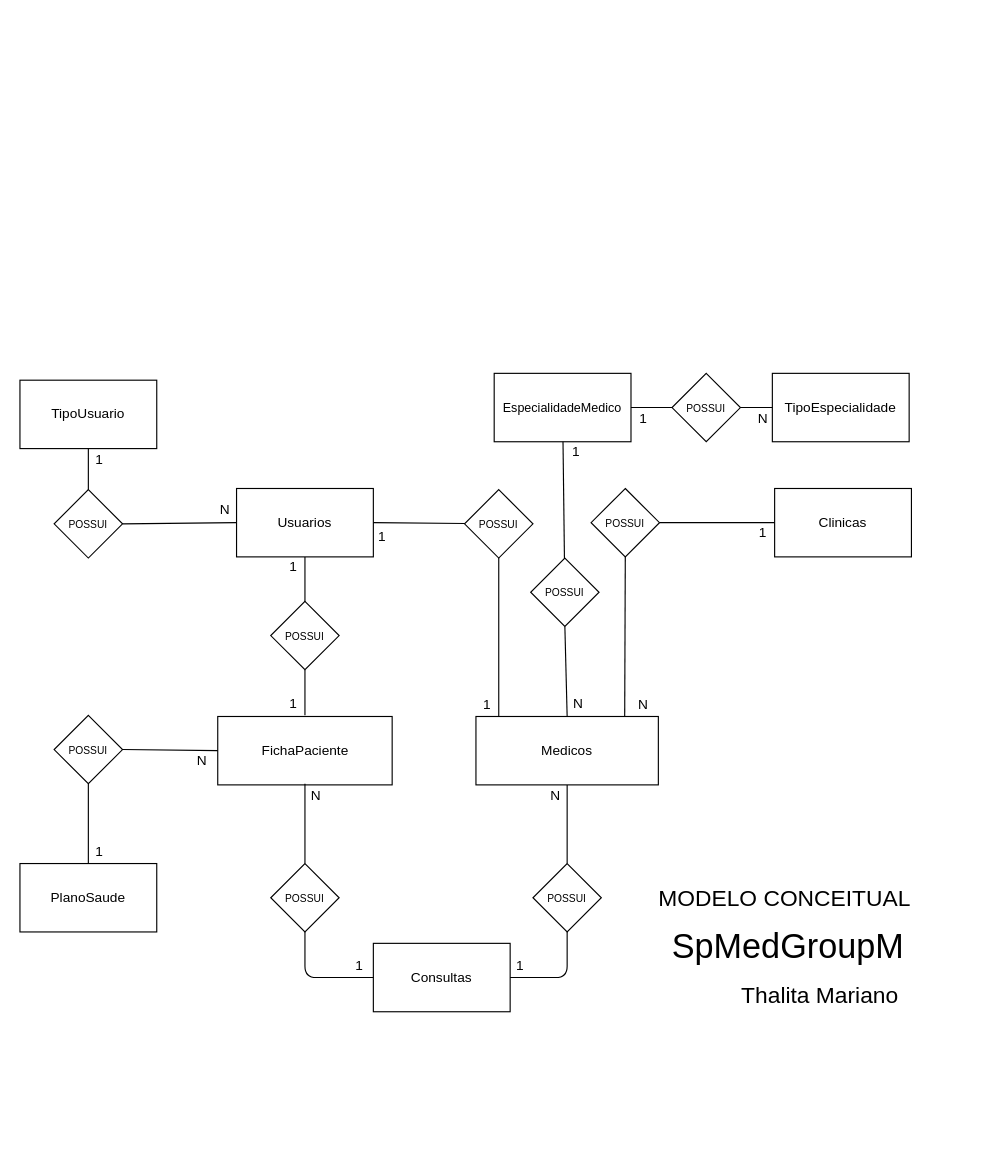
marianohtl/Senai_SpMedGroup_Sprint1_bd_Manha_ThalitaMariano keeps this draw.io diagram as page "Conceitual" (1 of 2) of ModelagemConceitual/ModeloConceitual&LogicoSpMedGroup.drawio. Above is the earlier version. Source tidied: cells renumbered, new cells numbered last; positions are measured from the earlier drawing's top-left corner, leaving out a move shared by most shapes. Both pictures are drawn from the tidied source at 114%, with x=0, y=0 at pixel (19, 373).
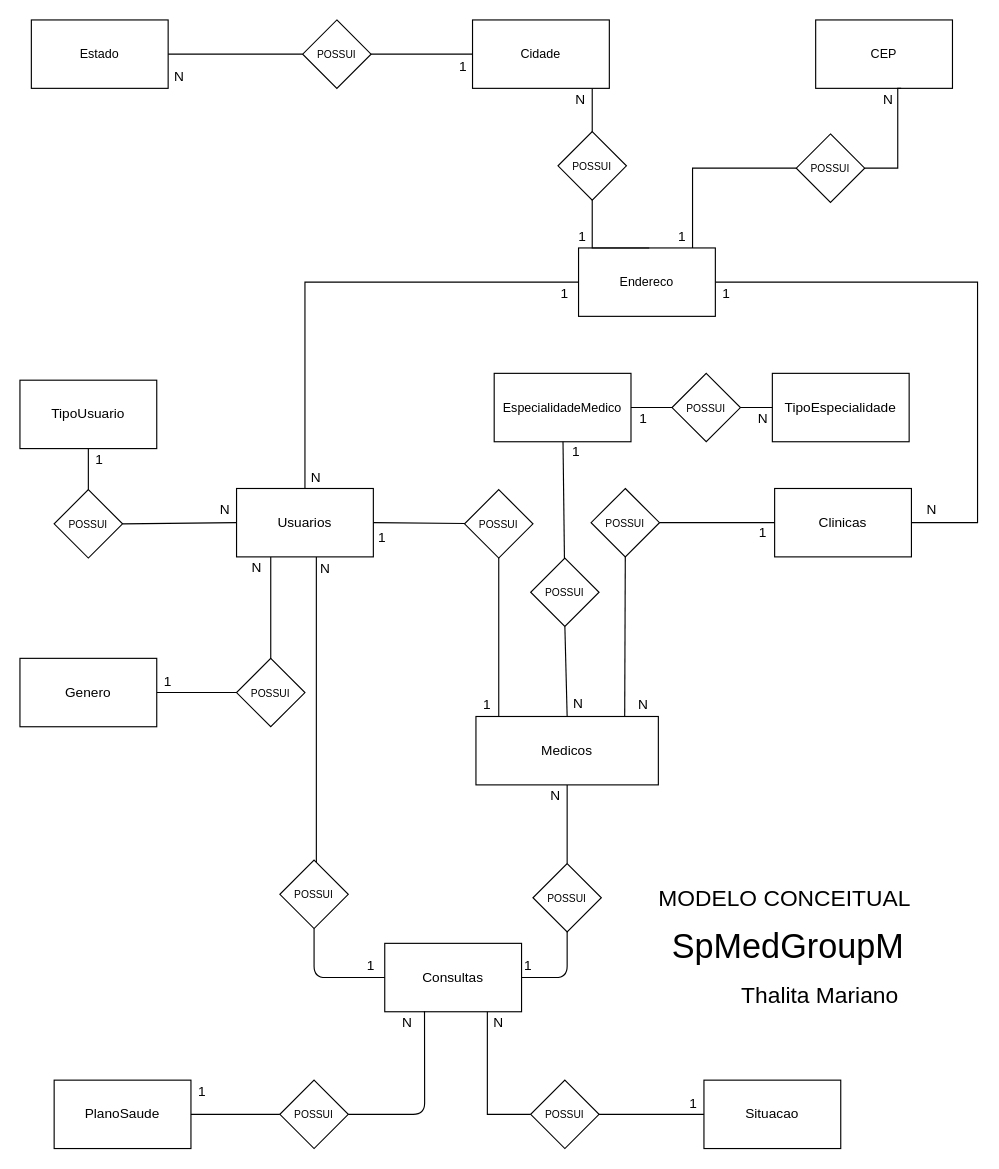
After the change.

Unchanged cells that the change refers to:
```xml
<mxCell id="6" value="Clinicas" style="rounded=0;whiteSpace=wrap;html=1;" parent="1" vertex="1">
  <mxGeometry x="662" y="101" width="120" height="60" as="geometry" />
</mxCell>
<mxCell id="9" value="Usuarios" style="rounded=0;whiteSpace=wrap;html=1;" parent="1" vertex="1">
  <mxGeometry x="190" y="101" width="120" height="60" as="geometry" />
</mxCell>
```

What changed in the source:
```diff
@@
-    <mxCell id="2" style="endArrow=none;html=1;entryX=0.5;entryY=1;entryDx=0;entryDy=0;exitX=0.5;exitY=0;exitDx=0;exitDy=0;" parent="1" edge="1" target="9">
-      <mxGeometry relative="1" as="geometry">
-        <mxPoint x="250" y="206.5" as="sourcePoint" />
-      </mxGeometry>
-    </mxCell>
@@
-    <mxCell id="8" value="FichaPaciente" style="rounded=0;whiteSpace=wrap;html=1;" parent="1" vertex="1">
-      <mxGeometry x="173.5" y="301" width="153" height="60" as="geometry" />
-    </mxCell>
+    <mxCell id="59" style="edgeStyle=orthogonalEdgeStyle;rounded=0;jettySize=auto;html=1;endArrow=none;endFill=0;" parent="1" edge="1" source="9" target="38">
+      <mxGeometry relative="1" as="geometry">
+        <Array as="points">
+          <mxPoint x="260" y="380" />
+          <mxPoint x="260" y="380" />
+        </Array>
+      </mxGeometry>
+    </mxCell>
@@
     <mxCell id="10" value="Consultas" style="rounded=0;whiteSpace=wrap;html=1;" parent="1" vertex="1">
-      <mxGeometry x="310" y="500" width="120" height="60" as="geometry" />
+      <mxGeometry x="320" y="500" width="120" height="60" as="geometry" />
     </mxCell>
@@
-    <mxCell id="28" value="1" style="text;html=1;strokeColor=none;fillColor=none;align=center;verticalAlign=middle;whiteSpace=wrap;rounded=0;" parent="1" vertex="1">
-      <mxGeometry x="220" y="160" width="40" height="20" as="geometry" />
-    </mxCell>
-    <mxCell id="29" value="&lt;font style=&quot;font-size: 9px&quot;&gt;POSSUI&lt;/font&gt;" style="rhombus;whiteSpace=wrap;html=1;" parent="1" vertex="1">
-      <mxGeometry x="220" y="200" width="60" height="60" as="geometry" />
-    </mxCell>
-    <mxCell id="30" value="1" style="text;html=1;strokeColor=none;fillColor=none;align=center;verticalAlign=middle;whiteSpace=wrap;rounded=0;" parent="1" vertex="1">
-      <mxGeometry x="220" y="280" width="40" height="20" as="geometry" />
-    </mxCell>
-    <mxCell id="31" style="endArrow=none;html=1;entryX=0.5;entryY=1;entryDx=0;entryDy=0;" parent="1" edge="1" target="29">
-      <mxGeometry relative="1" as="geometry">
-        <mxPoint x="250" y="300" as="sourcePoint" />
-      </mxGeometry>
-    </mxCell>
@@
     <mxCell id="38" value="&lt;font style=&quot;font-size: 9px&quot;&gt;POSSUI&lt;/font&gt;" style="rhombus;whiteSpace=wrap;html=1;" parent="1" vertex="1">
-      <mxGeometry x="220" y="430" width="60" height="60" as="geometry" />
+      <mxGeometry x="228" y="427" width="60" height="60" as="geometry" />
     </mxCell>
-    <mxCell id="39" style="endArrow=none;html=1;exitX=0.5;exitY=0;exitDx=0;exitDy=0;" parent="1" edge="1" source="38">
-      <mxGeometry relative="1" as="geometry">
-        <mxPoint x="250" y="360" as="targetPoint" />
-      </mxGeometry>
-    </mxCell>
@@
     <mxCell id="42" value="1" style="text;html=1;strokeColor=none;fillColor=none;align=center;verticalAlign=middle;whiteSpace=wrap;rounded=0;" parent="1" vertex="1">
-      <mxGeometry x="278" y="510" width="40" height="20" as="geometry" />
+      <mxGeometry x="288" y="510" width="40" height="20" as="geometry" />
     </mxCell>
     <mxCell id="43" value="N" style="text;html=1;strokeColor=none;fillColor=none;align=center;verticalAlign=middle;whiteSpace=wrap;rounded=0;" parent="1" vertex="1">
-      <mxGeometry x="240" y="361" width="40" height="20" as="geometry" />
+      <mxGeometry x="248" y="162" width="40" height="20" as="geometry" />
     </mxCell>
@@
     <mxCell id="45" value="1" style="text;html=1;strokeColor=none;fillColor=none;align=center;verticalAlign=middle;whiteSpace=wrap;rounded=0;" parent="1" vertex="1">
-      <mxGeometry x="419" y="510" width="40" height="20" as="geometry" />
+      <mxGeometry x="426" y="510" width="40" height="20" as="geometry" />
     </mxCell>
     <mxCell id="46" style="endArrow=none;html=1;entryX=0.5;entryY=1;entryDx=0;entryDy=0;exitX=0;exitY=0.5;exitDx=0;exitDy=0;" parent="1" edge="1" source="10" target="38">
       <mxGeometry relative="1" as="geometry">
         <Array as="points">
-          <mxPoint x="250" y="530" />
+          <mxPoint x="258" y="530" />
         </Array>
       </mxGeometry>
     </mxCell>
@@
     <mxCell id="48" value="N" style="text;html=1;strokeColor=none;fillColor=none;align=center;verticalAlign=middle;whiteSpace=wrap;rounded=0;" parent="1" vertex="1">
-      <mxGeometry x="140" y="330" width="40" height="20" as="geometry" />
+      <mxGeometry x="320" y="560" width="40" height="20" as="geometry" />
     </mxCell>
     <mxCell id="49" value="PlanoSaude" style="rounded=0;whiteSpace=wrap;html=1;" parent="1" vertex="1">
-      <mxGeometry y="430" width="120" height="60" as="geometry" />
+      <mxGeometry x="30" y="620" width="120" height="60" as="geometry" />
     </mxCell>
     <mxCell id="50" value="1" style="text;html=1;strokeColor=none;fillColor=none;align=center;verticalAlign=middle;whiteSpace=wrap;rounded=0;" parent="1" vertex="1">
-      <mxGeometry x="50" y="410" width="40" height="20" as="geometry" />
+      <mxGeometry x="140" y="620" width="40" height="20" as="geometry" />
     </mxCell>
     <mxCell id="51" value="&lt;font style=&quot;font-size: 9px&quot;&gt;POSSUI&lt;/font&gt;" style="rhombus;whiteSpace=wrap;html=1;" parent="1" vertex="1">
-      <mxGeometry x="30" y="300" width="60" height="60" as="geometry" />
+      <mxGeometry x="228" y="620" width="60" height="60" as="geometry" />
     </mxCell>
-    <mxCell id="52" style="endArrow=none;html=1;exitX=1;exitY=0.5;exitDx=0;exitDy=0;entryX=0;entryY=0.5;entryDx=0;entryDy=0;" parent="1" edge="1" source="51" target="8">
-      <mxGeometry relative="1" as="geometry" />
+    <mxCell id="52" style="endArrow=none;html=1;exitX=1;exitY=0.5;exitDx=0;exitDy=0;entryX=0.872;entryY=-0.026;entryDx=0;entryDy=0;entryPerimeter=0;" parent="1" edge="1" source="51" target="48">
+      <mxGeometry relative="1" as="geometry">
+        <Array as="points">
+          <mxPoint x="355" y="650" />
+        </Array>
+      </mxGeometry>
     </mxCell>
-    <mxCell id="53" style="endArrow=none;html=1;exitX=0.5;exitY=1;exitDx=0;exitDy=0;entryX=0.5;entryY=0;entryDx=0;entryDy=0;" parent="1" edge="1" source="51" target="49">
-      <mxGeometry relative="1" as="geometry" />
-    </mxCell>
@@
+    <mxCell id="53" style="endArrow=none;html=1;exitX=0;exitY=0.5;exitDx=0;exitDy=0;" parent="1" edge="1" source="51" target="49">
+      <mxGeometry relative="1" as="geometry" />
+    </mxCell>
+    <mxCell id="60" style="edgeStyle=orthogonalEdgeStyle;rounded=0;jettySize=auto;html=1;entryX=0.5;entryY=0;entryDx=0;entryDy=0;endArrow=none;endFill=0;" parent="1" edge="1" source="62" target="9">
+      <mxGeometry relative="1" as="geometry" />
+    </mxCell>
+    <mxCell id="61" style="edgeStyle=orthogonalEdgeStyle;rounded=0;jettySize=auto;html=1;entryX=1;entryY=0.5;entryDx=0;entryDy=0;endArrow=none;endFill=0;" parent="1" edge="1" source="62" target="6">
+      <mxGeometry relative="1" as="geometry">
+        <Array as="points">
+          <mxPoint x="840" y="-80" />
+          <mxPoint x="840" y="131" />
+        </Array>
+      </mxGeometry>
+    </mxCell>
+    <mxCell id="62" value="&lt;font style=&quot;font-size: 11px&quot;&gt;Endereco&lt;/font&gt;" style="rounded=0;whiteSpace=wrap;html=1;" parent="1" vertex="1">
+      <mxGeometry x="490" y="-110" width="120" height="60" as="geometry" />
+    </mxCell>
+    <mxCell id="63" value="N" style="text;html=1;strokeColor=none;fillColor=none;align=center;verticalAlign=middle;whiteSpace=wrap;rounded=0;" parent="1" vertex="1">
+      <mxGeometry x="240" y="82" width="40" height="20" as="geometry" />
+    </mxCell>
+    <mxCell id="64" value="1" style="text;html=1;strokeColor=none;fillColor=none;align=center;verticalAlign=middle;whiteSpace=wrap;rounded=0;" parent="1" vertex="1">
+      <mxGeometry x="458" y="-80" width="40" height="20" as="geometry" />
+    </mxCell>
+    <mxCell id="65" value="1" style="text;html=1;strokeColor=none;fillColor=none;align=center;verticalAlign=middle;whiteSpace=wrap;rounded=0;" parent="1" vertex="1">
+      <mxGeometry x="600" y="-80" width="40" height="20" as="geometry" />
+    </mxCell>
+    <mxCell id="66" value="N" style="text;html=1;strokeColor=none;fillColor=none;align=center;verticalAlign=middle;whiteSpace=wrap;rounded=0;" parent="1" vertex="1">
+      <mxGeometry x="780" y="110" width="40" height="20" as="geometry" />
+    </mxCell>
+    <mxCell id="67" style="edgeStyle=orthogonalEdgeStyle;rounded=0;jettySize=auto;html=1;entryX=0;entryY=0.5;entryDx=0;entryDy=0;endArrow=none;endFill=0;" parent="1" edge="1" source="85" target="70">
+      <mxGeometry relative="1" as="geometry" />
+    </mxCell>
+    <mxCell id="68" value="&lt;span style=&quot;font-size: 11px&quot;&gt;Estado&lt;br&gt;&lt;/span&gt;" style="rounded=0;whiteSpace=wrap;html=1;" parent="1" vertex="1">
+      <mxGeometry x="10" y="-310" width="120" height="60" as="geometry" />
+    </mxCell>
+    <mxCell id="69" style="edgeStyle=orthogonalEdgeStyle;rounded=0;orthogonalLoop=1;jettySize=auto;html=1;entryX=0.5;entryY=0;entryDx=0;entryDy=0;endArrow=none;endFill=0;" parent="1" edge="1">
+      <mxGeometry relative="1" as="geometry">
+        <mxPoint x="502" y="-250" as="sourcePoint" />
+        <mxPoint x="552" y="-110" as="targetPoint" />
+        <Array as="points">
+          <mxPoint x="502" y="-110" />
+        </Array>
+      </mxGeometry>
+    </mxCell>
+    <mxCell id="70" value="&lt;span style=&quot;font-size: 11px&quot;&gt;Cidade&lt;br&gt;&lt;/span&gt;" style="rounded=0;whiteSpace=wrap;html=1;" parent="1" vertex="1">
+      <mxGeometry x="397" y="-310" width="120" height="60" as="geometry" />
+    </mxCell>
+    <mxCell id="71" value="&lt;span style=&quot;font-size: 11px&quot;&gt;CEP&lt;br&gt;&lt;/span&gt;" style="rounded=0;whiteSpace=wrap;html=1;" parent="1" vertex="1">
+      <mxGeometry x="698" y="-310" width="120" height="60" as="geometry" />
+    </mxCell>
+    <mxCell id="72" value="N" style="text;html=1;strokeColor=none;fillColor=none;align=center;verticalAlign=middle;whiteSpace=wrap;rounded=0;" parent="1" vertex="1">
+      <mxGeometry x="120" y="-270" width="40" height="20" as="geometry" />
+    </mxCell>
+    <mxCell id="73" value="1" style="text;html=1;strokeColor=none;fillColor=none;align=center;verticalAlign=middle;whiteSpace=wrap;rounded=0;" parent="1" vertex="1">
+      <mxGeometry x="369" y="-279" width="40" height="20" as="geometry" />
+    </mxCell>
+    <mxCell id="74" style="edgeStyle=orthogonalEdgeStyle;rounded=0;jettySize=auto;html=1;exitX=1;exitY=0;exitDx=0;exitDy=0;entryX=1;entryY=0.5;entryDx=0;entryDy=0;endArrow=none;endFill=0;" parent="1" edge="1" source="83" target="80">
+      <mxGeometry relative="1" as="geometry">
+        <Array as="points">
+          <mxPoint x="770" y="-250" />
+          <mxPoint x="770" y="-180" />
+        </Array>
+      </mxGeometry>
+    </mxCell>
+    <mxCell id="75" value="N" style="text;html=1;strokeColor=none;fillColor=none;align=center;verticalAlign=middle;whiteSpace=wrap;rounded=0;" parent="1" vertex="1">
+      <mxGeometry x="472" y="-250" width="40" height="20" as="geometry" />
+    </mxCell>
+    <mxCell id="76" style="edgeStyle=orthogonalEdgeStyle;rounded=0;jettySize=auto;html=1;endArrow=none;endFill=0;" parent="1" edge="1" source="77" target="9">
+      <mxGeometry relative="1" as="geometry">
+        <Array as="points">
+          <mxPoint x="220" y="280" />
+        </Array>
+      </mxGeometry>
+    </mxCell>
+    <mxCell id="77" value="Genero" style="rounded=0;whiteSpace=wrap;html=1;" parent="1" vertex="1">
+      <mxGeometry y="250" width="120" height="60" as="geometry" />
+    </mxCell>
+    <mxCell id="78" value="1" style="text;html=1;strokeColor=none;fillColor=none;align=center;verticalAlign=middle;whiteSpace=wrap;rounded=0;" parent="1" vertex="1">
+      <mxGeometry x="110" y="261" width="40" height="20" as="geometry" />
+    </mxCell>
+    <mxCell id="79" value="N" style="text;html=1;strokeColor=none;fillColor=none;align=center;verticalAlign=middle;whiteSpace=wrap;rounded=0;" parent="1" vertex="1">
+      <mxGeometry x="188" y="161" width="40" height="20" as="geometry" />
+    </mxCell>
+    <mxCell id="80" value="&lt;font style=&quot;font-size: 9px&quot;&gt;POSSUI&lt;/font&gt;" style="rhombus;whiteSpace=wrap;html=1;" parent="1" vertex="1">
+      <mxGeometry x="681" y="-210" width="60" height="60" as="geometry" />
+    </mxCell>
+    <mxCell id="81" value="1" style="text;html=1;strokeColor=none;fillColor=none;align=center;verticalAlign=middle;whiteSpace=wrap;rounded=0;" parent="1" vertex="1">
+      <mxGeometry x="561" y="-130" width="40" height="20" as="geometry" />
+    </mxCell>
+    <mxCell id="82" style="edgeStyle=orthogonalEdgeStyle;rounded=0;jettySize=auto;html=1;endArrow=none;endFill=0;" parent="1" edge="1" source="80" target="62">
+      <mxGeometry relative="1" as="geometry">
+        <Array as="points">
+          <mxPoint x="590" y="-180" />
+        </Array>
+      </mxGeometry>
+    </mxCell>
+    <mxCell id="83" value="N" style="text;html=1;strokeColor=none;fillColor=none;align=center;verticalAlign=middle;whiteSpace=wrap;rounded=0;" parent="1" vertex="1">
+      <mxGeometry x="751" y="-250" width="22" height="20" as="geometry" />
+    </mxCell>
+    <mxCell id="84" value="&lt;font style=&quot;font-size: 9px&quot;&gt;POSSUI&lt;/font&gt;" style="rhombus;whiteSpace=wrap;html=1;" parent="1" vertex="1">
+      <mxGeometry x="472" y="-212" width="60" height="60" as="geometry" />
+    </mxCell>
+    <mxCell id="85" value="&lt;font style=&quot;font-size: 9px&quot;&gt;POSSUI&lt;/font&gt;" style="rhombus;whiteSpace=wrap;html=1;" parent="1" vertex="1">
+      <mxGeometry x="248" y="-310" width="60" height="60" as="geometry" />
+    </mxCell>
+    <mxCell id="86" style="edgeStyle=orthogonalEdgeStyle;rounded=0;jettySize=auto;html=1;entryX=0;entryY=0.5;entryDx=0;entryDy=0;endArrow=none;endFill=0;" parent="1" edge="1" source="68" target="85">
+      <mxGeometry relative="1" as="geometry" />
+    </mxCell>
+    <mxCell id="87" value="&lt;font style=&quot;font-size: 9px&quot;&gt;POSSUI&lt;/font&gt;" style="rhombus;whiteSpace=wrap;html=1;" parent="1" vertex="1">
+      <mxGeometry x="190" y="250" width="60" height="60" as="geometry" />
+    </mxCell>
+    <mxCell id="88" style="edgeStyle=orthogonalEdgeStyle;rounded=0;jettySize=auto;html=1;endArrow=none;endFill=0;" parent="1" edge="1" source="89" target="92">
+      <mxGeometry relative="1" as="geometry" />
+    </mxCell>
+    <mxCell id="89" value="Situacao" style="rounded=0;whiteSpace=wrap;html=1;" parent="1" vertex="1">
+      <mxGeometry x="600" y="620" width="120" height="60" as="geometry" />
+    </mxCell>
+    <mxCell id="90" value="N" style="text;html=1;strokeColor=none;fillColor=none;align=center;verticalAlign=middle;whiteSpace=wrap;rounded=0;" parent="1" vertex="1">
+      <mxGeometry x="400" y="560" width="40" height="20" as="geometry" />
+    </mxCell>
+    <mxCell id="91" style="edgeStyle=orthogonalEdgeStyle;rounded=0;jettySize=auto;html=1;exitX=0;exitY=0.5;exitDx=0;exitDy=0;endArrow=none;endFill=0;" parent="1" edge="1" source="92" target="10">
+      <mxGeometry relative="1" as="geometry">
+        <Array as="points">
+          <mxPoint x="410" y="650" />
+        </Array>
+      </mxGeometry>
+    </mxCell>
+    <mxCell id="92" value="&lt;font style=&quot;font-size: 9px&quot;&gt;POSSUI&lt;/font&gt;" style="rhombus;whiteSpace=wrap;html=1;" parent="1" vertex="1">
+      <mxGeometry x="448" y="620" width="60" height="60" as="geometry" />
+    </mxCell>
+    <mxCell id="93" value="1" style="text;html=1;strokeColor=none;fillColor=none;align=center;verticalAlign=middle;whiteSpace=wrap;rounded=0;" parent="1" vertex="1">
+      <mxGeometry x="571" y="631" width="40" height="20" as="geometry" />
+    </mxCell>
+    <mxCell id="94" value="1" style="text;html=1;strokeColor=none;fillColor=none;align=center;verticalAlign=middle;whiteSpace=wrap;rounded=0;" parent="1" vertex="1">
+      <mxGeometry x="489" y="-130" width="9" height="20" as="geometry" />
+    </mxCell>
```
